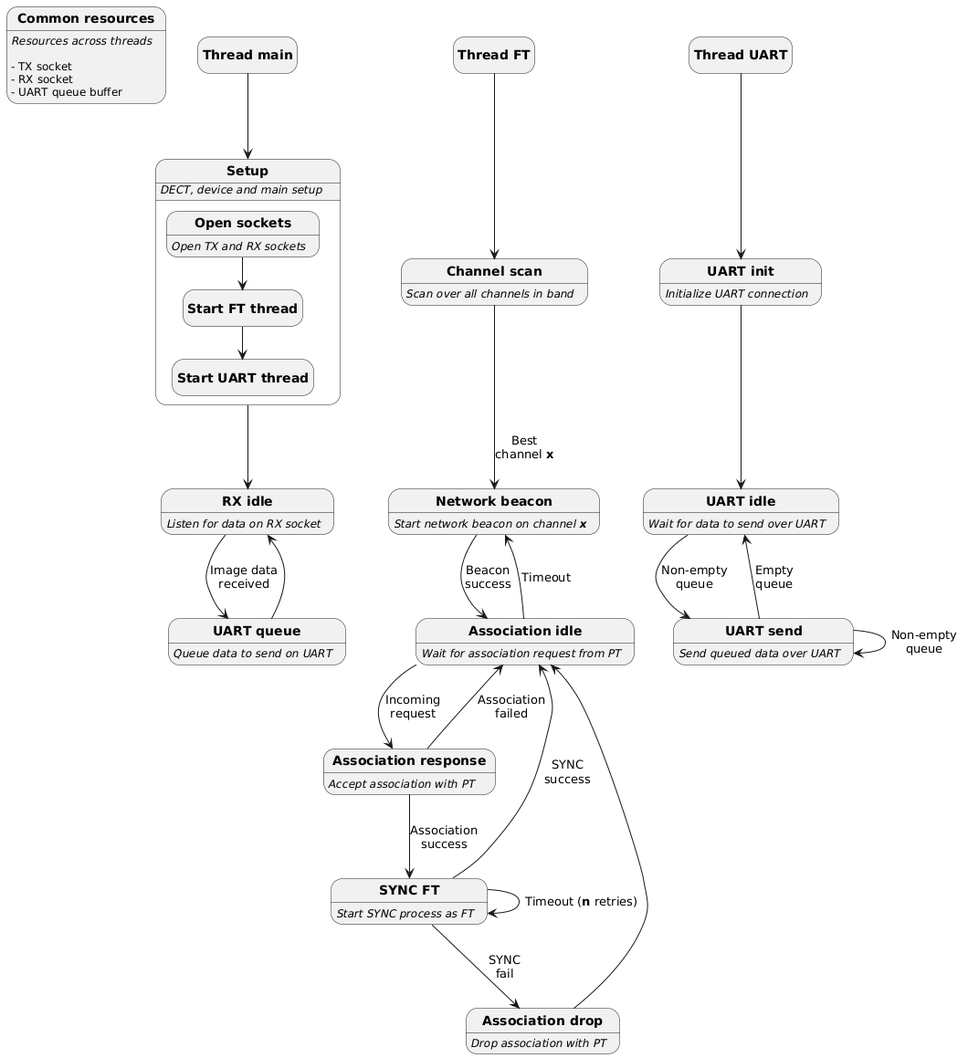
Earlier version of the PlantUML export diagrams/FT_threads_flow.png (Aadlei/dect-nr-plus).
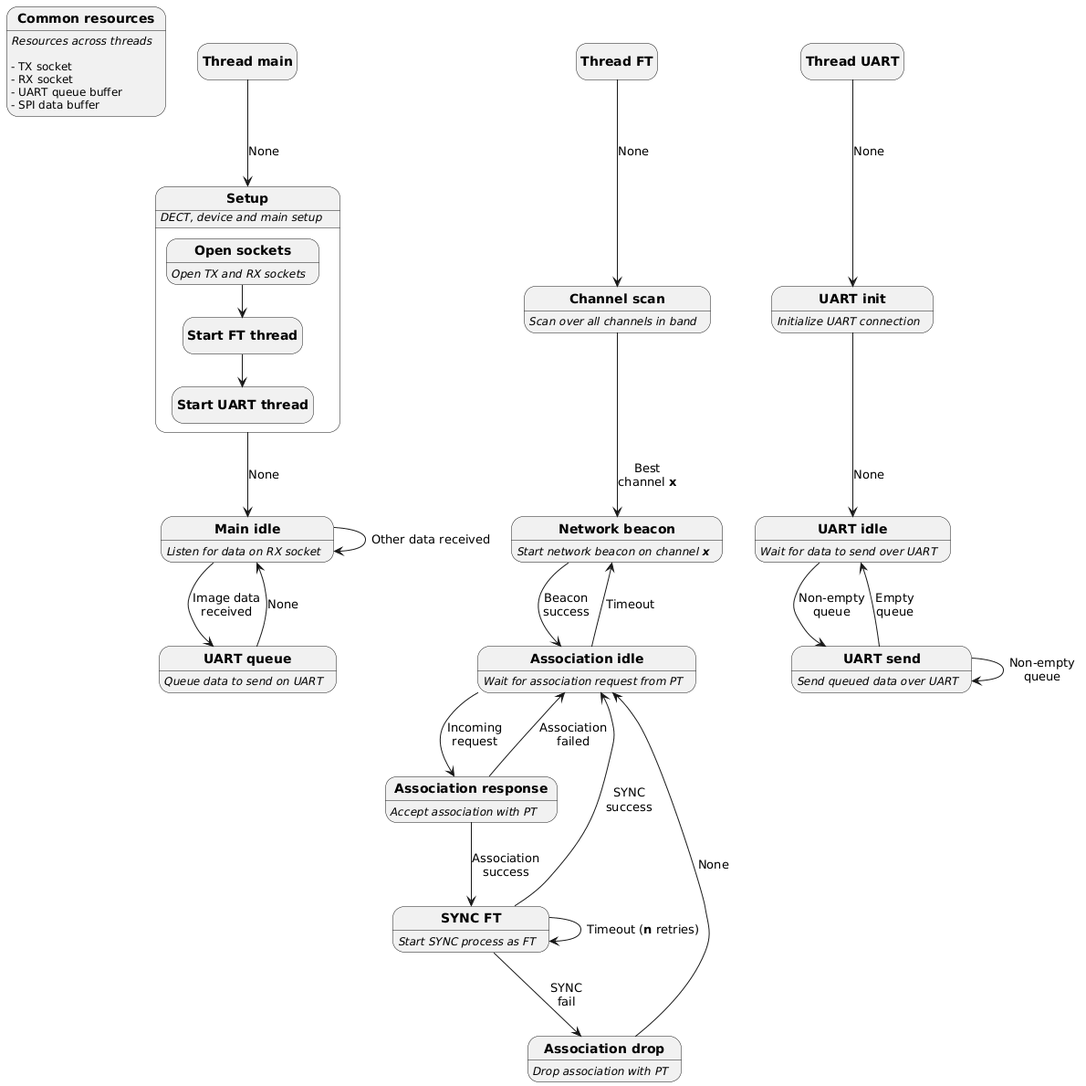
After the commit.

Commit message:
Made PT flow diagram

Change to the diagram source:
```diff
@@ -5,26 +5,28 @@
 state Common: \n- TX socket
 state Common: - RX socket
 state Common: - UART queue buffer
+state Common: - SPI data buffer
 state "<b>Common resources</b>" as Common
 
 state "<b>Thread main</b>" as Main
-state "<b>Setup</b>" as Setup: <i>DECT, device and main setup</i>
-state Setup {
-  state "<b>Open sockets</b>" as Sockets: <i>Open TX and RX sockets</i>
-  state "<b>Start FT thread</b>" as Thread_FT
-  state "<b>Start UART thread</b>" as Thread_UART
+state "<b>Setup</b>" as Main_Setup: <i>DECT, device and main setup</i>
+state Main_Setup {
+  state "<b>Open sockets</b>" as Main_Sockets: <i>Open TX and RX sockets</i>
+  state "<b>Start FT thread</b>" as Main_Thread_FT
+  state "<b>Start UART thread</b>" as Main_Thread_UART
 
-  Sockets --> Thread_FT
-  Thread_FT --> Thread_UART
+  Main_Sockets --> Main_Thread_FT
+  Main_Thread_FT --> Main_Thread_UART
 }
 
-state "<b>RX idle</b>" as RX_Idle: <i>Listen for data on RX socket</i>
-state "<b>UART queue</b>" as RX_Img: <i>Queue data to send on UART</i>
+state "<b>Main idle</b>" as Main_Idle: <i>Listen for data on RX socket</i>
+state "<b>UART queue</b>" as Main_UART_Send: <i>Queue data to send on UART</i>
 
-Main --> Setup
-Setup --> RX_Idle
-RX_Idle --> RX_Img: Image data\nreceived
-RX_Img --> RX_Idle
+Main --> Main_Setup: None
+Main_Setup --> Main_Idle: None
+Main_Idle --> Main_Idle: Other data received
+Main_Idle --> Main_UART_Send: Image data\nreceived
+Main_UART_Send --> Main_Idle: None
 
 state "<b>Thread FT</b>" as FT
 state "<b>Channel scan</b>" as FT_Scan: <i>Scan over all channels in band</i>
@@ -32,27 +34,27 @@
 state "<b>Association idle" as FT_Assoc_Idle: <i>Wait for association request from PT</i>
 state "<b>Association response</b>" as FT_Assoc_Resp: <i>Accept association with PT</i>
 state "<b>Association drop</b>" as FT_Assoc_Drop: <i>Drop association with PT</i>
-state "<b>SYNC FT" as FT_Sync: <i>Start SYNC process as FT</i>
+state "<b>SYNC FT" as FT_SYNC: <i>Start SYNC process as FT</i>
 
-FT --> FT_Scan
+FT --> FT_Scan: None
 FT_Scan --> FT_Beacon: Best\nchannel <b>x</b>
 FT_Beacon --> FT_Assoc_Idle: Beacon\nsuccess
 FT_Assoc_Idle --> FT_Beacon: Timeout
 FT_Assoc_Idle --> FT_Assoc_Resp: Incoming\nrequest
 FT_Assoc_Resp --> FT_Assoc_Idle: Association\nfailed
-FT_Assoc_Resp --> FT_Sync: Association\nsuccess
-FT_Sync --> FT_Assoc_Idle: SYNC\nsuccess
-FT_Sync --> FT_Sync: Timeout (<b>n</b> retries)
-FT_Sync --> FT_Assoc_Drop: SYNC\nfail
-FT_Assoc_Drop --> FT_Assoc_Idle
+FT_Assoc_Resp --> FT_SYNC: Association\nsuccess
+FT_SYNC --> FT_Assoc_Idle: SYNC\nsuccess
+FT_SYNC --> FT_SYNC: Timeout (<b>n</b> retries)
+FT_SYNC --> FT_Assoc_Drop: SYNC\nfail
+FT_Assoc_Drop --> FT_Assoc_Idle: None
 
 state "<b>Thread UART" as UART
 state "<b>UART init</b>" as UART_Init: <i>Initialize UART connection</i>
 state "<b>UART idle</b>" as UART_Idle: <i>Wait for data to send over UART</i>
 state "<b>UART send</b>" as UART_Send: <i>Send queued data over UART</i>
 
-UART --> UART_Init
-UART_Init --> UART_Idle
+UART --> UART_Init: None
+UART_Init --> UART_Idle: None
 UART_Idle --> UART_Send: Non-empty\nqueue
 UART_Send --> UART_Send: Non-empty\nqueue
 UART_Send --> UART_Idle: Empty\nqueue
```
